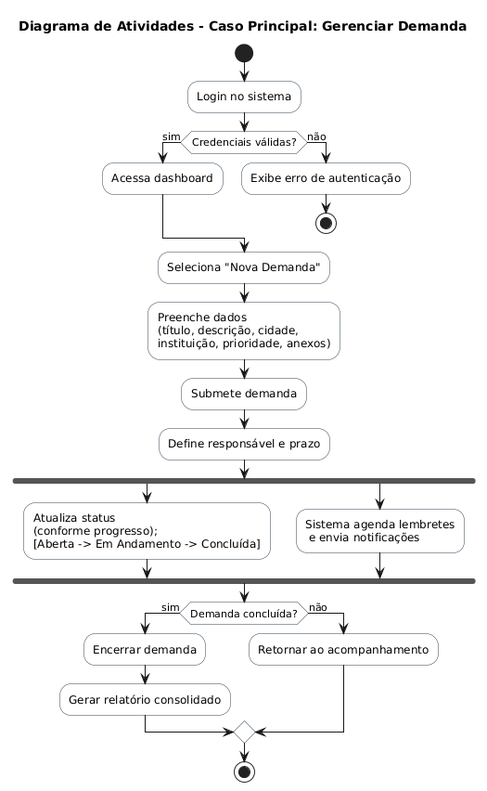
The PlantUML diagram Artefatos/Diagrama de Atividade/Diagrama-atividades.png in ICEI-PUC-Minas-PPLES-TI/plf-es-2025-2-tcci-0393100-dev-bernardo-biondini, before a commit.
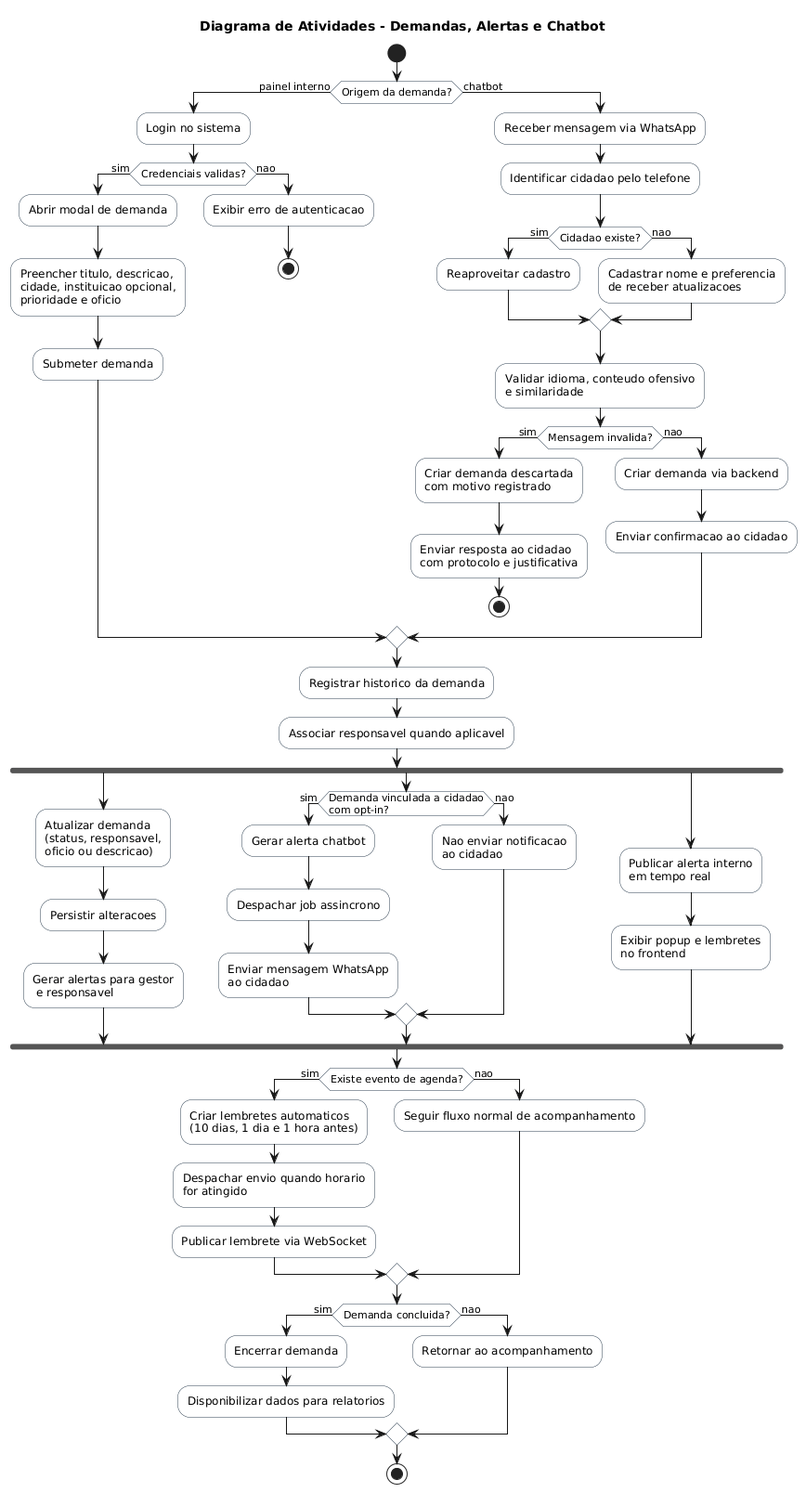
Above is the later version.

The edit, as a diff of the source:
```diff
@@ -1,5 +1,5 @@
 @startuml
-title Diagrama de Atividades - Caso Principal: Gerenciar Demanda
+title Diagrama de Atividades - Demandas, Alertas e Chatbot
 
 skinparam shadowing false
 skinparam activity {
@@ -8,30 +8,68 @@
 }
 
 start
-:Login no sistema;
-if (Credenciais válidas?) then (sim)
-  :Acessa dashboard;
-else (não)
-  :Exibe erro de autenticação;
-  stop
+
+if (Origem da demanda?) then (painel interno)
+  :Login no sistema;
+  if (Credenciais validas?) then (sim)
+    :Abrir modal de demanda;
+    :Preencher titulo, descricao,\ncidade, instituicao opcional,\nprioridade e oficio;
+    :Submeter demanda;
+  else (nao)
+    :Exibir erro de autenticacao;
+    stop
+  endif
+else (chatbot)
+  :Receber mensagem via WhatsApp;
+  :Identificar cidadao pelo telefone;
+  if (Cidadao existe?) then (sim)
+    :Reaproveitar cadastro;
+  else (nao)
+    :Cadastrar nome e preferencia\nde receber atualizacoes;
+  endif
+  :Validar idioma, conteudo ofensivo\ne similaridade;
+  if (Mensagem invalida?) then (sim)
+    :Criar demanda descartada\ncom motivo registrado;
+    :Enviar resposta ao cidadao\ncom protocolo e justificativa;
+    stop
+  else (nao)
+    :Criar demanda via backend;
+    :Enviar confirmacao ao cidadao;
+  endif
 endif
 
-:Seleciona "Nova Demanda";
-:Preenche dados\n(título, descrição, cidade,\ninstituição, prioridade, anexos);
-:Submete demanda;
-
-:Define responsável e prazo;
+:Registrar historico da demanda;
+:Associar responsavel quando aplicavel;
 
 fork
-  :Atualiza status\n(conforme progresso);\n[Aberta -> Em Andamento -> Concluída];
+  :Atualizar demanda\n(status, responsavel,\noficio ou descricao);
+  :Persistir alteracoes;
+  :Gerar alertas para gestor\n e responsavel;
 fork again
-  :Sistema agenda lembretes\n e envia notificações;
+  if (Demanda vinculada a cidadao\ncom opt-in?) then (sim)
+    :Gerar alerta chatbot;
+    :Despachar job assincrono;
+    :Enviar mensagem WhatsApp\nao cidadao;
+  else (nao)
+    :Nao enviar notificacao\nao cidadao;
+  endif
+fork again
+  :Publicar alerta interno\nem tempo real;
+  :Exibir popup e lembretes\nno frontend;
 end fork
 
-if (Demanda concluída?) then (sim)
+if (Existe evento de agenda?) then (sim)
+  :Criar lembretes automaticos\n(10 dias, 1 dia e 1 hora antes);
+  :Despachar envio quando horario\nfor atingido;
+  :Publicar lembrete via WebSocket;
+else (nao)
+  :Seguir fluxo normal de acompanhamento;
+endif
+
+if (Demanda concluida?) then (sim)
   :Encerrar demanda;
-  :Gerar relatório consolidado;
-else (não)
+  :Disponibilizar dados para relatorios;
+else (nao)
   :Retornar ao acompanhamento;
 endif
 
```
